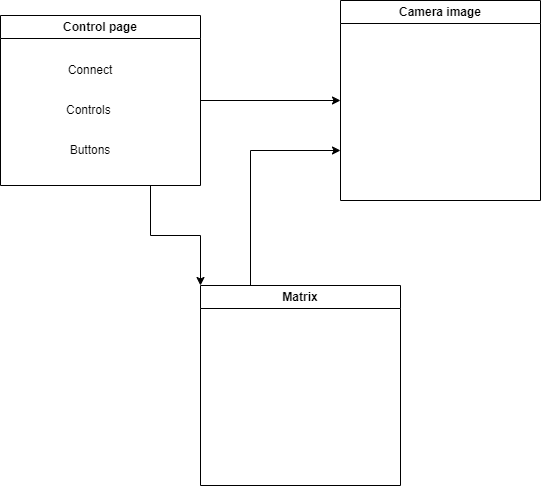
JBLogistic/Licence_Exam keeps this draw.io diagram as osztalyDiagram.drawio.png. Above is the earlier version. Source tidied: cells renumbered, new cells last; positions are measured from the earlier drawing's top-left corner, leaving out a move shared by most shapes. Source of this version:
```xml
<mxGraphModel>
  <root>
    <mxCell id="0" />
    <mxCell id="1" parent="0" />
    <mxCell id="2" style="edgeStyle=orthogonalEdgeStyle;rounded=0;jettySize=auto;html=1;exitX=1;exitY=0.5;exitDx=0;exitDy=0;entryX=0;entryY=0.5;entryDx=0;entryDy=0;" parent="1" edge="1" source="4" target="8">
      <mxGeometry relative="1" as="geometry" />
    </mxCell>
    <mxCell id="3" style="edgeStyle=orthogonalEdgeStyle;rounded=0;jettySize=auto;html=1;exitX=0.75;exitY=1;exitDx=0;exitDy=0;entryX=0;entryY=0;entryDx=0;entryDy=0;" parent="1" edge="1" source="4" target="10">
      <mxGeometry relative="1" as="geometry" />
    </mxCell>
    <mxCell id="4" value="Control page" style="swimlane;whiteSpace=wrap;html=1;startSize=23;" parent="1" vertex="1">
      <mxGeometry y="15" width="200" height="170" as="geometry" />
    </mxCell>
    <mxCell id="5" value="Connect" style="text;html=1;strokeColor=none;fillColor=none;align=center;verticalAlign=middle;whiteSpace=wrap;rounded=0;" parent="4" vertex="1">
      <mxGeometry x="60" y="40" width="60" height="30" as="geometry" />
    </mxCell>
    <mxCell id="6" value="Controls&amp;nbsp;" style="text;html=1;strokeColor=none;fillColor=none;align=center;verticalAlign=middle;whiteSpace=wrap;rounded=0;" parent="4" vertex="1">
      <mxGeometry x="60" y="80" width="60" height="30" as="geometry" />
    </mxCell>
    <mxCell id="7" value="Buttons" style="text;html=1;strokeColor=none;fillColor=none;align=center;verticalAlign=middle;whiteSpace=wrap;rounded=0;" parent="4" vertex="1">
      <mxGeometry x="60" y="120" width="60" height="30" as="geometry" />
    </mxCell>
    <mxCell id="8" value="Camera image" style="swimlane;whiteSpace=wrap;html=1;" parent="1" vertex="1">
      <mxGeometry x="340" width="200" height="200" as="geometry" />
    </mxCell>
    <mxCell id="9" style="edgeStyle=orthogonalEdgeStyle;rounded=0;jettySize=auto;html=1;exitX=0.25;exitY=0;exitDx=0;exitDy=0;entryX=0;entryY=0.75;entryDx=0;entryDy=0;" parent="1" edge="1" source="10" target="8">
      <mxGeometry relative="1" as="geometry" />
    </mxCell>
    <mxCell id="10" value="Matrix" style="swimlane;whiteSpace=wrap;html=1;" parent="1" vertex="1">
      <mxGeometry x="200" y="285" width="200" height="200" as="geometry" />
    </mxCell>
  </root>
</mxGraphModel>
```
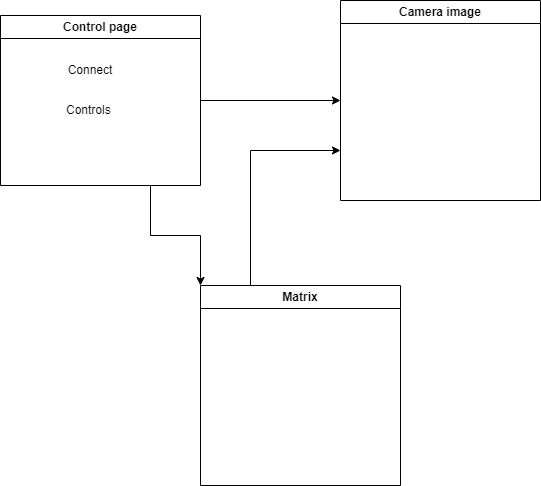
Above is the later version.

The edit, as a diff of the source:
```diff
@@ -17,9 +17,6 @@
     <mxCell id="6" value="Controls&amp;nbsp;" style="text;html=1;strokeColor=none;fillColor=none;align=center;verticalAlign=middle;whiteSpace=wrap;rounded=0;" parent="4" vertex="1">
       <mxGeometry x="60" y="80" width="60" height="30" as="geometry" />
     </mxCell>
-    <mxCell id="7" value="Buttons" style="text;html=1;strokeColor=none;fillColor=none;align=center;verticalAlign=middle;whiteSpace=wrap;rounded=0;" parent="4" vertex="1">
-      <mxGeometry x="60" y="120" width="60" height="30" as="geometry" />
-    </mxCell>
     <mxCell id="8" value="Camera image" style="swimlane;whiteSpace=wrap;html=1;" parent="1" vertex="1">
       <mxGeometry x="340" width="200" height="200" as="geometry" />
     </mxCell>
```
